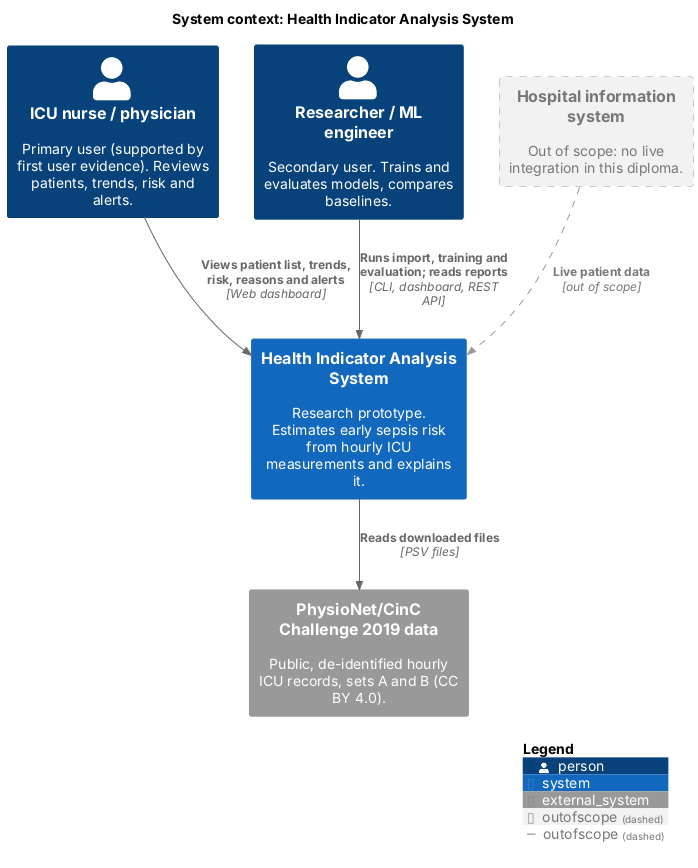
Above: diagrams/export/system-context.png in MarioAman07/health-indicator-analysis-system (PlantUML), before the change.
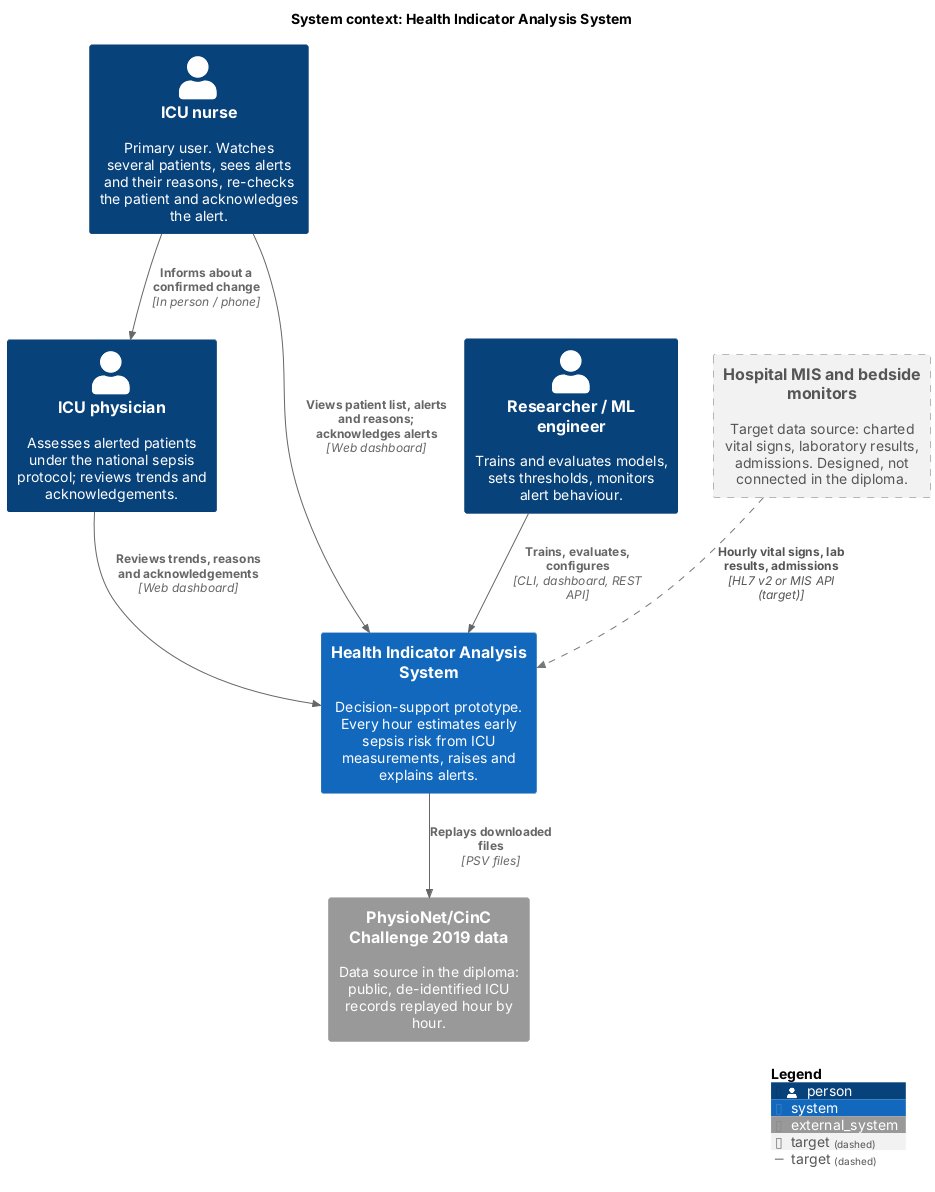
The same diagram one commit later.

Diff of the diagram source:
```diff
@@ -1,23 +1,26 @@
 @startuml system-context
 !include <C4/C4_Context>
 
-AddElementTag("outofscope", $borderStyle=DashedLine(), $fontColor="#777777", $bgColor="#f2f2f2", $borderColor="#999999")
-AddRelTag("outofscope", $lineStyle=DashedLine(), $textColor="#777777", $lineColor="#999999")
+AddElementTag("target", $borderStyle=DashedLine(), $fontColor="#555555", $bgColor="#f2f2f2", $borderColor="#777777")
+AddRelTag("target", $lineStyle=DashedLine(), $textColor="#555555", $lineColor="#777777")
 
 title System context: Health Indicator Analysis System
 
-Person(clinician, "ICU nurse / physician", "Primary user (supported by first user evidence). Reviews patients, trends, risk and alerts.")
-Person(researcher, "Researcher / ML engineer", "Secondary user. Trains and evaluates models, compares baselines.")
+Person(nurse, "ICU nurse", "Primary user. Watches several patients, sees alerts and their reasons, re-checks the patient and acknowledges the alert.")
+Person(physician, "ICU physician", "Assesses alerted patients under the national sepsis protocol; reviews trends and acknowledgements.")
+Person(researcher, "Researcher / ML engineer", "Trains and evaluates models, sets thresholds, monitors alert behaviour.")
 
-System(system, "Health Indicator Analysis System", "Research prototype. Estimates early sepsis risk from hourly ICU measurements and explains it.")
+System(system, "Health Indicator Analysis System", "Decision-support prototype. Every hour estimates early sepsis risk from ICU measurements, raises and explains alerts.")
 
-System_Ext(physionet, "PhysioNet/CinC Challenge 2019 data", "Public, de-identified hourly ICU records, sets A and B (CC BY 4.0).")
-System_Ext(his, "Hospital information system", "Out of scope: no live integration in this diploma.", $tags="outofscope")
+System_Ext(mis, "Hospital MIS and bedside monitors", "Target data source: charted vital signs, laboratory results, admissions. Designed, not connected in the diploma.", $tags="target")
+System_Ext(physionet, "PhysioNet/CinC Challenge 2019 data", "Data source in the diploma: public, de-identified ICU records replayed hour by hour.")
 
-Rel(clinician, system, "Views patient list, trends, risk, reasons and alerts", "Web dashboard")
-Rel(researcher, system, "Runs import, training and evaluation; reads reports", "CLI, dashboard, REST API")
-Rel(system, physionet, "Reads downloaded files", "PSV files")
-Rel(his, system, "Live patient data", "out of scope", $tags="outofscope")
+Rel(nurse, system, "Views patient list, alerts and reasons; acknowledges alerts", "Web dashboard")
+Rel(physician, system, "Reviews trends, reasons and acknowledgements", "Web dashboard")
+Rel(nurse, physician, "Informs about a confirmed change", "In person / phone")
+Rel(researcher, system, "Trains, evaluates, configures", "CLI, dashboard, REST API")
+Rel(mis, system, "Hourly vital signs, lab results, admissions", "HL7 v2 or MIS API (target)", $tags="target")
+Rel(system, physionet, "Replays downloaded files", "PSV files")
 
 SHOW_LEGEND()
 @enduml
```
